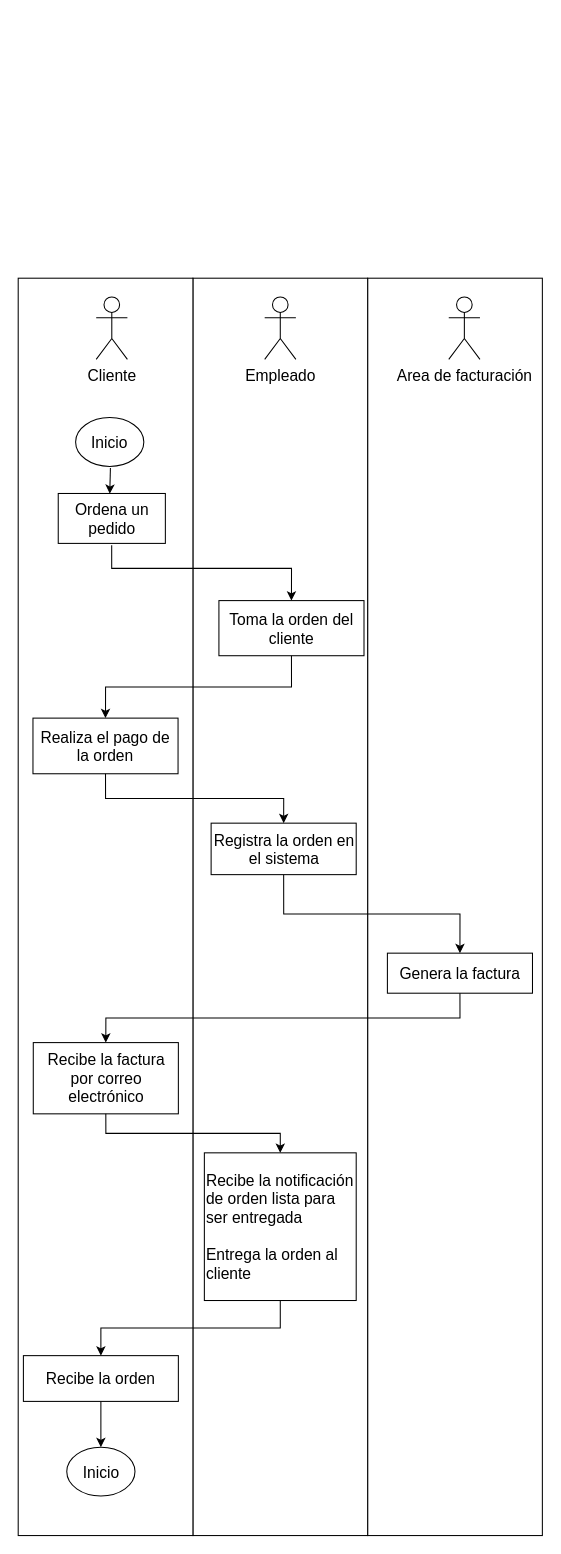
The draw.io diagram page "Actividad" (2 of 3) of Proyecto/Avance1/Avance1.drawio in Edu-Ram/Requerimientos, before the edit. Source tidied: cells renumbered, new cells numbered last; positions are measured from the earlier drawing's top-left corner, leaving out a move shared by most shapes. Both pictures are drawn from the tidied source at 104%, with x=0, y=0 at pixel (18, 278).
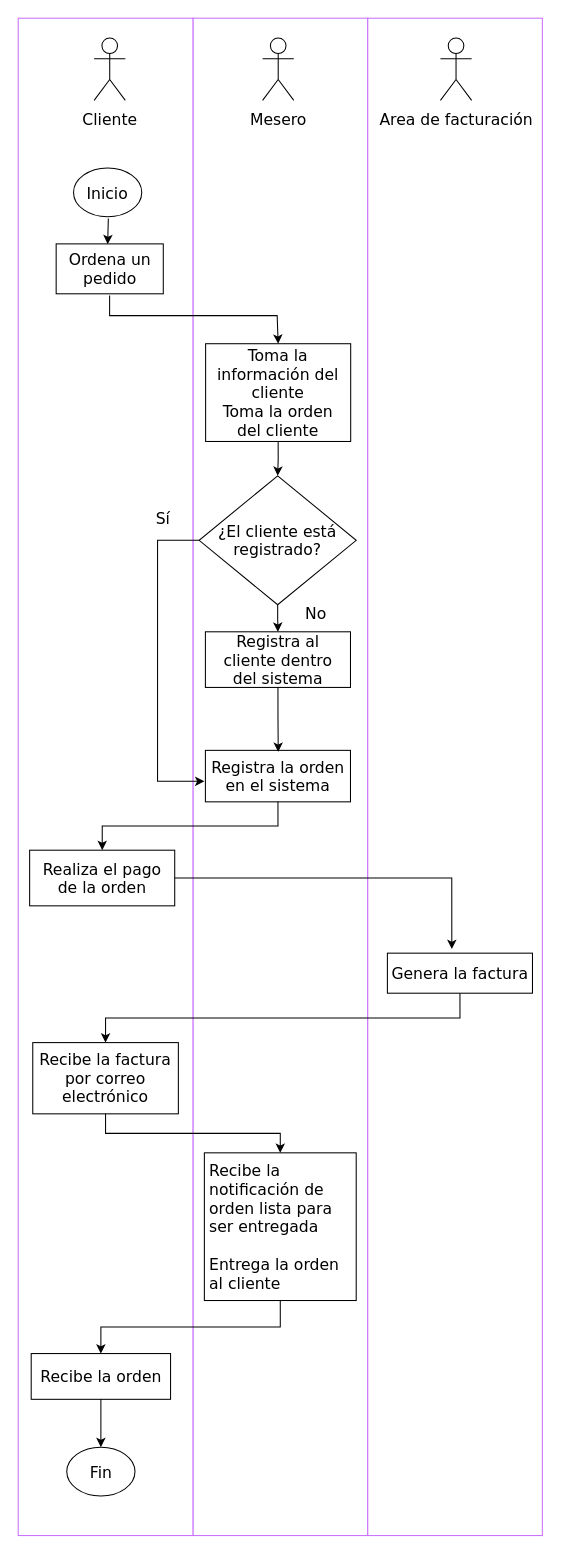
After the change.

What changed in the source:
```diff
@@
-    <mxCell id="2" style="rounded=0;whiteSpace=wrap;html=1;labelBackgroundColor=none;" parent="1" vertex="1">
-      <mxGeometry x="336" width="168" height="1209" as="geometry" />
+    <mxCell id="2" style="rounded=0;whiteSpace=wrap;html=1;labelBackgroundColor=none;strokeColor=#CA6EFF;spacingTop=0;spacing=5;fontFamily=Verdana;fontSize=15;" parent="1" vertex="1">
+      <mxGeometry x="336" y="-250" width="168" height="1459" as="geometry" />
     </mxCell>
-    <mxCell id="3" style="rounded=0;whiteSpace=wrap;html=1;labelBackgroundColor=none;" parent="1" vertex="1">
-      <mxGeometry x="168" width="168" height="1209" as="geometry" />
+    <mxCell id="3" style="rounded=0;whiteSpace=wrap;html=1;labelBackgroundColor=none;strokeColor=#CA6EFF;spacingTop=0;spacing=5;fontFamily=Verdana;fontSize=15;" parent="1" vertex="1">
+      <mxGeometry x="168" y="-250" width="168" height="1459" as="geometry" />
     </mxCell>
-    <mxCell id="4" style="rounded=0;whiteSpace=wrap;html=1;labelBackgroundColor=none;" parent="1" vertex="1">
-      <mxGeometry width="168" height="1209" as="geometry" />
+    <mxCell id="4" style="rounded=0;whiteSpace=wrap;html=1;labelBackgroundColor=none;strokeColor=#CA6EFF;spacingTop=0;spacing=5;fontFamily=Verdana;fontSize=15;" parent="1" vertex="1">
+      <mxGeometry y="-250" width="168" height="1459" as="geometry" />
     </mxCell>
-    <mxCell id="5" value="Cliente" style="shape=umlActor;verticalLabelPosition=bottom;verticalAlign=top;html=1;align=center;fontSize=15;" parent="1" vertex="1">
-      <mxGeometry x="75" y="18" width="30" height="60" as="geometry" />
+    <mxCell id="5" value="Cliente" style="shape=umlActor;verticalLabelPosition=bottom;verticalAlign=top;html=1;align=center;fontSize=15;spacingTop=0;spacing=5;fontFamily=Verdana;" parent="1" vertex="1">
+      <mxGeometry x="73" y="-231" width="30" height="60" as="geometry" />
     </mxCell>
-    <mxCell id="6" value="Empleado" style="shape=umlActor;verticalLabelPosition=bottom;verticalAlign=top;html=1;align=center;fontSize=15;" parent="1" vertex="1">
-      <mxGeometry x="237" y="18" width="30" height="60" as="geometry" />
+    <mxCell id="6" value="Mesero" style="shape=umlActor;verticalLabelPosition=bottom;verticalAlign=top;html=1;align=center;fontSize=15;spacingTop=0;spacing=5;fontFamily=Verdana;" parent="1" vertex="1">
+      <mxGeometry x="235" y="-231" width="30" height="60" as="geometry" />
     </mxCell>
-    <mxCell id="7" value="Ordena un pedido" style="rounded=0;whiteSpace=wrap;html=1;fontSize=15;align=center;" parent="1" vertex="1">
-      <mxGeometry x="38.5" y="207" width="103" height="48" as="geometry" />
+    <mxCell id="7" value="Ordena un pedido" style="rounded=0;whiteSpace=wrap;html=1;fontSize=15;align=center;spacingTop=0;spacing=5;fontFamily=Verdana;" parent="1" vertex="1">
+      <mxGeometry x="36.5" y="-33" width="103" height="48" as="geometry" />
     </mxCell>
-    <mxCell id="8" style="endArrow=classic;html=1;rounded=0;entryX=0.5;entryY=0;entryDx=0;entryDy=0;exitX=0.499;exitY=1.035;exitDx=0;exitDy=0;exitPerimeter=0;align=center;edgeStyle=orthogonalEdgeStyle;fontSize=15;" parent="1" edge="1" source="7" target="11">
+    <mxCell id="8" style="endArrow=classic;html=1;rounded=0;entryX=0.5;entryY=0;entryDx=0;entryDy=0;exitX=0.499;exitY=1.035;exitDx=0;exitDy=0;exitPerimeter=0;align=center;edgeStyle=orthogonalEdgeStyle;fontSize=15;spacingTop=0;spacing=5;fontFamily=Verdana;" parent="1" edge="1" source="7" target="11">
       <mxGeometry relative="1" as="geometry">
         <Array as="points">
-          <mxPoint x="90" y="279" />
-          <mxPoint x="263" y="279" />
+          <mxPoint x="88" y="36" />
+          <mxPoint x="249" y="36" />
         </Array>
       </mxGeometry>
     </mxCell>
-    <mxCell id="9" value="Inicio" style="ellipse;whiteSpace=wrap;html=1;align=center;fontSize=15;" parent="1" vertex="1">
-      <mxGeometry x="55.2" y="134" width="65.6" height="47" as="geometry" />
+    <mxCell id="9" value="Inicio" style="ellipse;whiteSpace=wrap;html=1;align=center;fontSize=15;spacingTop=0;spacing=5;fontFamily=Verdana;" parent="1" vertex="1">
+      <mxGeometry x="53.2" y="-106" width="65.6" height="47" as="geometry" />
     </mxCell>
-    <mxCell id="10" style="endArrow=classic;html=1;rounded=0;entryX=0.481;entryY=0.006;entryDx=0;entryDy=0;entryPerimeter=0;exitX=0.51;exitY=1.034;exitDx=0;exitDy=0;exitPerimeter=0;align=center;fontSize=15;" parent="1" edge="1" source="9" target="7">
+    <mxCell id="10" style="endArrow=classic;html=1;rounded=0;entryX=0.481;entryY=0.006;entryDx=0;entryDy=0;entryPerimeter=0;exitX=0.51;exitY=1.034;exitDx=0;exitDy=0;exitPerimeter=0;align=center;fontSize=15;spacingTop=0;spacing=5;fontFamily=Verdana;" parent="1" edge="1" source="9" target="7">
       <mxGeometry relative="1" as="geometry" />
     </mxCell>
-    <mxCell id="11" value="Toma la orden del cliente" style="rounded=0;whiteSpace=wrap;html=1;fontSize=15;align=center;" parent="1" vertex="1">
-      <mxGeometry x="193" y="310" width="139.5" height="53" as="geometry" />
+    <mxCell id="11" value="Toma la información del cliente&lt;br style=&quot;font-size: 15px;&quot;&gt;Toma la orden del cliente" style="rounded=0;whiteSpace=wrap;html=1;fontSize=15;align=center;spacingTop=0;spacing=5;fontFamily=Verdana;" parent="1" vertex="1">
+      <mxGeometry x="180.2" y="63" width="139.5" height="94" as="geometry" />
     </mxCell>
-    <mxCell id="12" value="Realiza el pago de la orden" style="rounded=0;whiteSpace=wrap;html=1;fontSize=15;align=center;" parent="1" vertex="1">
-      <mxGeometry x="14.2" y="423" width="139.5" height="53.5" as="geometry" />
+    <mxCell id="12" value="Realiza el pago de la orden" style="rounded=0;whiteSpace=wrap;html=1;fontSize=15;align=center;spacingTop=0;spacing=5;fontFamily=Verdana;" parent="1" vertex="1">
+      <mxGeometry x="11" y="550" width="139.5" height="53.5" as="geometry" />
     </mxCell>
-    <mxCell id="13" style="endArrow=classic;html=1;rounded=0;entryX=0.5;entryY=0;entryDx=0;entryDy=0;exitX=0.5;exitY=1;exitDx=0;exitDy=0;align=center;edgeStyle=orthogonalEdgeStyle;fontSize=15;" parent="1" edge="1" source="11" target="12">
+    <mxCell id="13" style="endArrow=classic;html=1;rounded=0;entryX=0.5;entryY=0;entryDx=0;entryDy=0;exitX=0.5;exitY=1;exitDx=0;exitDy=0;align=center;edgeStyle=orthogonalEdgeStyle;fontSize=15;spacingTop=0;spacing=5;fontFamily=Verdana;" parent="1" edge="1" source="11" target="27">
       <mxGeometry relative="1" as="geometry" />
     </mxCell>
-    <mxCell id="14" value="Registra la orden en el sistema" style="rounded=0;whiteSpace=wrap;html=1;fontSize=15;align=center;" parent="1" vertex="1">
-      <mxGeometry x="185.5" y="524" width="139.5" height="49.5" as="geometry" />
+    <mxCell id="14" value="Registra la orden en el sistema" style="rounded=0;whiteSpace=wrap;html=1;fontSize=15;align=center;spacingTop=0;spacing=5;fontFamily=Verdana;" parent="1" vertex="1">
+      <mxGeometry x="180" y="454" width="139.5" height="49.5" as="geometry" />
     </mxCell>
-    <mxCell id="15" style="endArrow=classic;html=1;rounded=0;entryX=0.5;entryY=0;entryDx=0;entryDy=0;exitX=0.5;exitY=1;exitDx=0;exitDy=0;align=center;edgeStyle=orthogonalEdgeStyle;fontSize=15;" parent="1" edge="1" source="12" target="14">
-      <mxGeometry relative="1" as="geometry" />
-    </mxCell>
-    <mxCell id="16" value="Genera la factura" style="rounded=0;whiteSpace=wrap;html=1;fontSize=15;align=center;" parent="1" vertex="1">
+    <mxCell id="16" value="Genera la factura" style="rounded=0;whiteSpace=wrap;html=1;fontSize=15;align=center;spacingTop=0;spacing=5;fontFamily=Verdana;" parent="1" vertex="1">
       <mxGeometry x="355" y="649" width="139.5" height="38.5" as="geometry" />
     </mxCell>
-    <mxCell id="17" style="endArrow=classic;html=1;rounded=0;entryX=0.5;entryY=0;entryDx=0;entryDy=0;exitX=0.5;exitY=1;exitDx=0;exitDy=0;align=center;edgeStyle=orthogonalEdgeStyle;fontSize=15;" parent="1" edge="1" source="14" target="16">
+    <mxCell id="17" style="endArrow=classic;html=1;rounded=0;exitX=0.5;exitY=1;exitDx=0;exitDy=0;align=center;edgeStyle=orthogonalEdgeStyle;fontSize=15;spacingTop=0;spacing=5;fontFamily=Verdana;" parent="1" edge="1" source="14" target="12">
       <mxGeometry relative="1" as="geometry" />
     </mxCell>
-    <mxCell id="18" style="endArrow=classic;html=1;rounded=0;exitX=0.5;exitY=1;exitDx=0;exitDy=0;align=center;edgeStyle=orthogonalEdgeStyle;entryX=0.5;entryY=0;entryDx=0;entryDy=0;fontSize=15;" parent="1" edge="1" source="16" target="19">
+    <mxCell id="18" style="endArrow=classic;html=1;rounded=0;exitX=0.5;exitY=1;exitDx=0;exitDy=0;align=center;edgeStyle=orthogonalEdgeStyle;entryX=0.5;entryY=0;entryDx=0;entryDy=0;fontSize=15;spacingTop=0;spacing=5;fontFamily=Verdana;" parent="1" edge="1" source="16" target="19">
       <mxGeometry relative="1" as="geometry" />
     </mxCell>
-    <mxCell id="19" value="Recibe la factura por correo electrónico" style="rounded=0;whiteSpace=wrap;html=1;fontSize=15;align=center;" parent="1" vertex="1">
-      <mxGeometry x="14.5" y="735" width="139.5" height="68.5" as="geometry" />
+    <mxCell id="19" value="Recibe la factura por correo electrónico" style="rounded=0;whiteSpace=wrap;html=1;fontSize=15;align=center;spacingTop=0;spacing=5;fontFamily=Verdana;" parent="1" vertex="1">
+      <mxGeometry x="14" y="735" width="140" height="68.5" as="geometry" />
     </mxCell>
-    <mxCell id="20" style="endArrow=classic;html=1;rounded=0;exitX=0.5;exitY=1;exitDx=0;exitDy=0;align=center;edgeStyle=orthogonalEdgeStyle;entryX=0.5;entryY=0;entryDx=0;entryDy=0;fontSize=15;" parent="1" edge="1" source="19" target="21">
+    <mxCell id="20" style="endArrow=classic;html=1;rounded=0;exitX=0.5;exitY=1;exitDx=0;exitDy=0;align=center;edgeStyle=orthogonalEdgeStyle;entryX=0.5;entryY=0;entryDx=0;entryDy=0;fontSize=15;spacingTop=0;spacing=5;fontFamily=Verdana;" parent="1" edge="1" source="19" target="21">
       <mxGeometry relative="1" as="geometry" />
     </mxCell>
-    <mxCell id="21" value="Recibe la notificación de orden lista para ser entregada&lt;div style=&quot;font-size: 15px;&quot;&gt;&lt;br style=&quot;font-size: 15px;&quot;&gt;&lt;/div&gt;&lt;div style=&quot;font-size: 15px;&quot;&gt;Entrega la orden al cliente&lt;/div&gt;" style="rounded=0;whiteSpace=wrap;html=1;fontSize=15;align=left;" parent="1" vertex="1">
+    <mxCell id="21" value="Recibe la notificación de orden lista para ser entregada&lt;div style=&quot;font-size: 15px;&quot;&gt;&lt;br style=&quot;font-size: 15px;&quot;&gt;&lt;/div&gt;&lt;div style=&quot;font-size: 15px;&quot;&gt;Entrega la orden al cliente&lt;/div&gt;" style="rounded=0;whiteSpace=wrap;html=1;fontSize=15;align=left;spacingTop=0;spacing=5;fontFamily=Verdana;" parent="1" vertex="1">
       <mxGeometry x="179" y="841" width="146" height="142" as="geometry" />
     </mxCell>
-    <mxCell id="22" value="Recibe la orden" style="rounded=0;whiteSpace=wrap;html=1;fontSize=15;align=center;" parent="1" vertex="1">
-      <mxGeometry x="5" y="1036" width="149" height="44" as="geometry" />
+    <mxCell id="22" value="Recibe la orden" style="rounded=0;whiteSpace=wrap;html=1;fontSize=15;align=center;spacingTop=0;spacing=5;fontFamily=Verdana;" parent="1" vertex="1">
+      <mxGeometry x="12.5" y="1034" width="134" height="44" as="geometry" />
     </mxCell>
-    <mxCell id="23" style="endArrow=classic;html=1;rounded=0;exitX=0.5;exitY=1;exitDx=0;exitDy=0;align=center;edgeStyle=orthogonalEdgeStyle;entryX=0.5;entryY=0;entryDx=0;entryDy=0;fontSize=15;" parent="1" edge="1" source="21" target="22">
+    <mxCell id="23" style="endArrow=classic;html=1;rounded=0;exitX=0.5;exitY=1;exitDx=0;exitDy=0;align=center;edgeStyle=orthogonalEdgeStyle;entryX=0.5;entryY=0;entryDx=0;entryDy=0;fontSize=15;spacingTop=0;spacing=5;fontFamily=Verdana;" parent="1" edge="1" source="21" target="22">
       <mxGeometry relative="1" as="geometry" />
     </mxCell>
-    <mxCell id="24" value="Inicio" style="ellipse;whiteSpace=wrap;html=1;align=center;fontSize=15;" parent="1" vertex="1">
+    <mxCell id="24" value="Fin" style="ellipse;whiteSpace=wrap;html=1;align=center;fontSize=15;spacingTop=0;spacing=5;fontFamily=Verdana;" parent="1" vertex="1">
       <mxGeometry x="46.7" y="1124" width="65.6" height="47" as="geometry" />
     </mxCell>
-    <mxCell id="25" style="endArrow=classic;html=1;rounded=0;exitX=0.5;exitY=1;exitDx=0;exitDy=0;align=center;edgeStyle=orthogonalEdgeStyle;entryX=0.5;entryY=0;entryDx=0;entryDy=0;fontSize=15;" parent="1" edge="1" source="22" target="24">
+    <mxCell id="25" style="endArrow=classic;html=1;rounded=0;exitX=0.5;exitY=1;exitDx=0;exitDy=0;align=center;edgeStyle=orthogonalEdgeStyle;entryX=0.5;entryY=0;entryDx=0;entryDy=0;fontSize=15;spacingTop=0;spacing=5;fontFamily=Verdana;" parent="1" edge="1" source="22" target="24">
       <mxGeometry relative="1" as="geometry" />
     </mxCell>
-    <mxCell id="26" value="Area de facturación" style="shape=umlActor;verticalLabelPosition=bottom;verticalAlign=top;html=1;align=center;fontSize=15;" parent="1" vertex="1">
-      <mxGeometry x="414" y="18" width="30" height="60" as="geometry" />
+    <mxCell id="26" value="Area de facturación" style="shape=umlActor;verticalLabelPosition=bottom;verticalAlign=top;html=1;align=center;fontSize=15;spacingTop=0;spacing=5;fontFamily=Verdana;" parent="1" vertex="1">
+      <mxGeometry x="406" y="-231" width="30" height="60" as="geometry" />
     </mxCell>
+    <mxCell id="27" value="¿El cliente está registrado?" style="rhombus;whiteSpace=wrap;html=1;spacingTop=0;spacing=5;fontFamily=Verdana;fontSize=15;" parent="1" vertex="1">
+      <mxGeometry x="174" y="190" width="151" height="124" as="geometry" />
+    </mxCell>
+    <mxCell id="28" value="Registra al cliente dentro del sistema" style="rounded=0;whiteSpace=wrap;html=1;fontSize=15;align=center;spacingTop=0;spacing=5;fontFamily=Verdana;" parent="1" vertex="1">
+      <mxGeometry x="180" y="340" width="139.5" height="53.5" as="geometry" />
+    </mxCell>
+    <mxCell id="29" style="endArrow=classic;html=1;rounded=0;entryX=0.5;entryY=0;entryDx=0;entryDy=0;exitX=0.5;exitY=1;exitDx=0;exitDy=0;align=center;edgeStyle=orthogonalEdgeStyle;fontSize=15;spacingTop=0;spacing=5;fontFamily=Verdana;" parent="1" edge="1" source="27" target="28">
+      <mxGeometry relative="1" as="geometry" />
+    </mxCell>
+    <mxCell id="30" style="endArrow=classic;html=1;rounded=0;entryX=0.502;entryY=0.028;entryDx=0;entryDy=0;exitX=0.5;exitY=1;exitDx=0;exitDy=0;align=center;edgeStyle=orthogonalEdgeStyle;fontSize=15;spacingTop=0;spacing=5;fontFamily=Verdana;entryPerimeter=0;" parent="1" edge="1" source="28" target="14">
+      <mxGeometry relative="1" as="geometry" />
+    </mxCell>
+    <mxCell id="31" style="endArrow=classic;html=1;rounded=0;entryX=-0.007;entryY=0.602;entryDx=0;entryDy=0;exitX=0;exitY=0.5;exitDx=0;exitDy=0;align=center;edgeStyle=orthogonalEdgeStyle;fontSize=15;spacingTop=0;spacing=5;fontFamily=Verdana;entryPerimeter=0;" parent="1" edge="1" source="27" target="14">
+      <mxGeometry relative="1" as="geometry">
+        <Array as="points">
+          <mxPoint x="134" y="252" />
+          <mxPoint x="134" y="484" />
+        </Array>
+      </mxGeometry>
+    </mxCell>
+    <mxCell id="32" value="No" style="text;html=1;align=center;verticalAlign=middle;strokeColor=none;fillColor=none;fontFamily=Verdana;fontSize=15;" parent="1" vertex="1">
+      <mxGeometry x="267" y="307" width="38" height="30" as="geometry" />
+    </mxCell>
+    <mxCell id="33" value="Sí" style="text;html=1;align=center;verticalAlign=middle;strokeColor=none;fillColor=none;fontFamily=Verdana;fontSize=15;" parent="1" vertex="1">
+      <mxGeometry x="123" y="216" width="32" height="30" as="geometry" />
+    </mxCell>
+    <mxCell id="34" style="endArrow=classic;html=1;rounded=0;align=center;edgeStyle=orthogonalEdgeStyle;fontSize=15;spacingTop=0;spacing=5;fontFamily=Verdana;entryX=0.444;entryY=-0.104;entryDx=0;entryDy=0;entryPerimeter=0;" parent="1" edge="1" source="12" target="16">
+      <mxGeometry relative="1" as="geometry" />
+    </mxCell>
```
